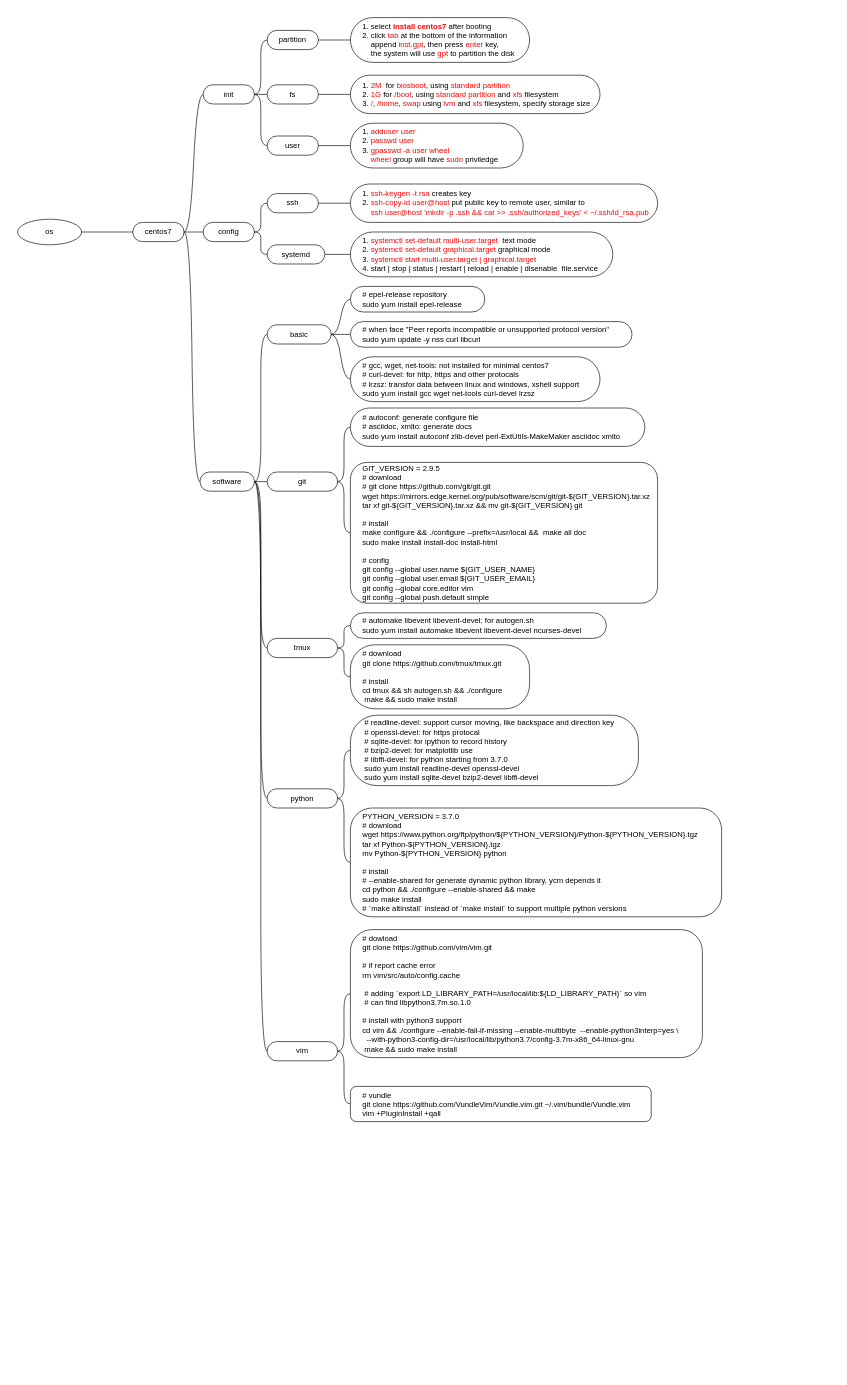
Earlier version of the draw.io diagram common/os.drawio (yangdj/tf_docs). Source tidied: cells renumbered, new cells numbered last; positions are measured from the earlier drawing's top-left corner, leaving out a move shared by most shapes. Both pictures are drawn from the tidied source at 64%, with x=0, y=0 at pixel (11, 11).
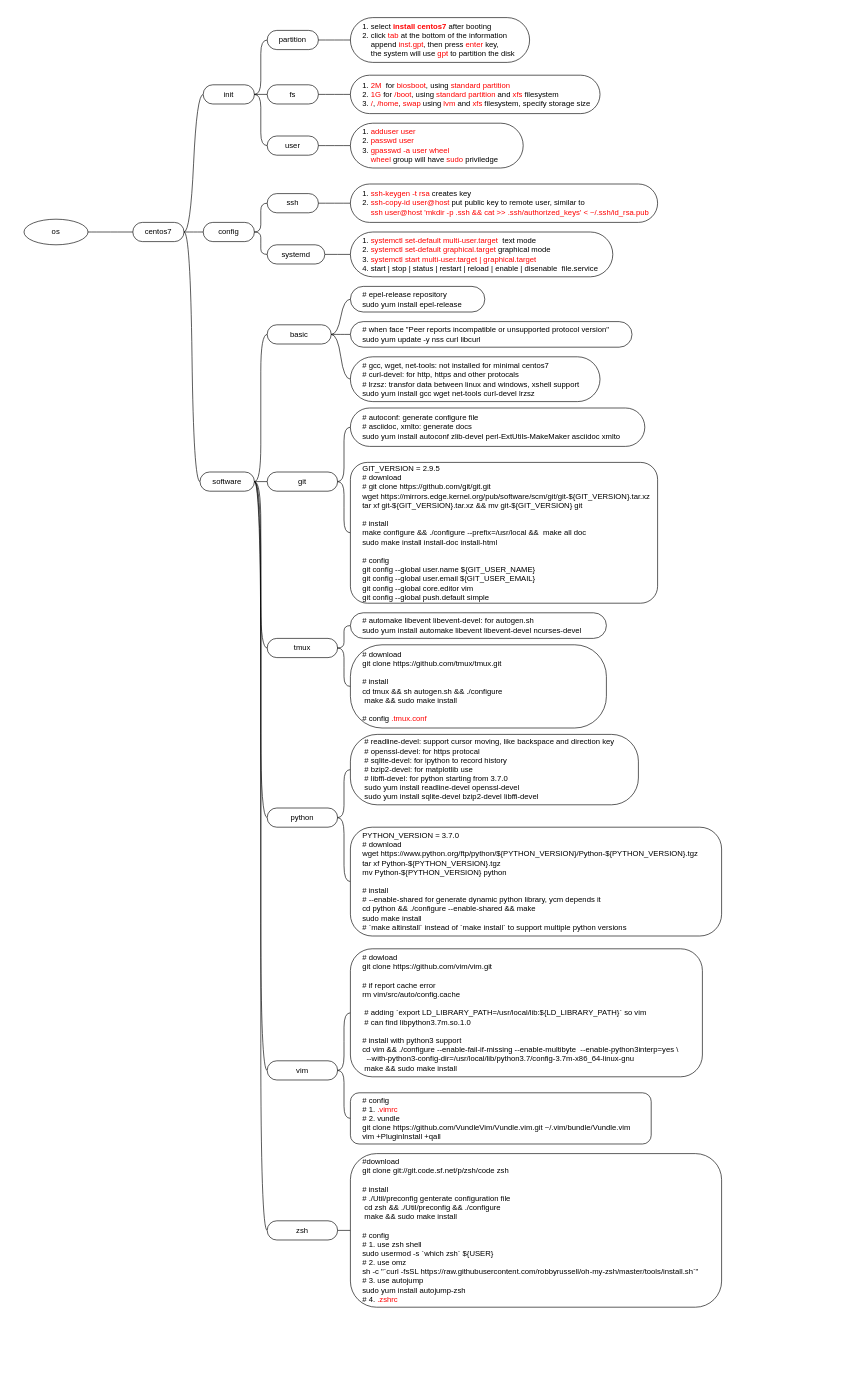
After the change.

The change refers to these unchanged cells:
```xml
<mxCell id="31" value="software" style="whiteSpace=wrap;html=1;rounded=1;arcSize=50;align=center;verticalAlign=middle;strokeWidth=1;spacing=4;" parent="2" vertex="1">
  <mxGeometry x="295" y="720" width="85" height="30" as="geometry" />
</mxCell>
```

The edit, as a diff of the source:
```diff
@@
     <mxCell id="2" style="swimlane;html=1;startSize=20;horizontal=1;containerType=tree;strokeColor=none;fillColor=none;align=left;spacingLeft=4;fontStyle=0;" parent="1" vertex="1">
-      <mxGeometry width="1140" height="1890" as="geometry" />
+      <mxGeometry width="1290" height="2130" as="geometry" />
     </mxCell>
@@
     <mxCell id="4" value="os" style="ellipse;whiteSpace=wrap;html=1;align=center;" parent="2" vertex="1">
-      <mxGeometry x="10" y="325" width="100" height="40" as="geometry" />
+      <mxGeometry x="20" y="325" width="100" height="40" as="geometry" />
     </mxCell>
@@
-    <mxCell id="51" value="# download&lt;br&gt;git clone https://github.com/tmux/tmux.git&lt;br&gt;&lt;br&gt;# install&lt;br&gt;&lt;div&gt;cd tmux &amp;amp;&amp;amp;&amp;nbsp;&lt;span&gt;sh autogen.sh &amp;amp;&amp;amp;&lt;/span&gt;&lt;span&gt;&amp;nbsp;./configure&amp;nbsp;&lt;/span&gt;&lt;/div&gt;&lt;div&gt;&amp;nbsp;make &amp;amp;&amp;amp;&amp;nbsp;&lt;span&gt;sudo make install&lt;/span&gt;&lt;/div&gt;" style="whiteSpace=wrap;html=1;rounded=1;arcSize=38;align=left;verticalAlign=middle;strokeWidth=1;spacing=4;spacingLeft=15;" parent="2" vertex="1">
-      <mxGeometry x="530" y="990" width="280" height="100" as="geometry" />
+    <mxCell id="51" value="# download&lt;br&gt;git clone https://github.com/tmux/tmux.git&lt;br&gt;&lt;br&gt;# install&lt;br&gt;&lt;div&gt;cd tmux &amp;amp;&amp;amp;&amp;nbsp;&lt;span&gt;sh autogen.sh &amp;amp;&amp;amp;&lt;/span&gt;&lt;span&gt;&amp;nbsp;./configure&amp;nbsp;&lt;/span&gt;&lt;/div&gt;&lt;div&gt;&amp;nbsp;make &amp;amp;&amp;amp;&amp;nbsp;&lt;span&gt;sudo make install&lt;/span&gt;&lt;/div&gt;&lt;div&gt;&lt;span&gt;&lt;br&gt;&lt;/span&gt;&lt;/div&gt;&lt;div&gt;# config&lt;span&gt;&amp;nbsp;&lt;font color=&quot;#ff0000&quot;&gt;.tmux.conf&lt;/font&gt;&lt;/span&gt;&lt;/div&gt;" style="whiteSpace=wrap;html=1;rounded=1;arcSize=38;align=left;verticalAlign=middle;strokeWidth=1;spacing=4;spacingLeft=15;" parent="2" vertex="1">
+      <mxGeometry x="530" y="990" width="400" height="130" as="geometry" />
     </mxCell>
@@
     <mxCell id="53" value="python" style="whiteSpace=wrap;html=1;rounded=1;arcSize=50;align=center;verticalAlign=middle;strokeWidth=1;spacing=4;" parent="2" vertex="1">
-      <mxGeometry x="400" y="1215" width="110" height="30" as="geometry" />
+      <mxGeometry x="400" y="1245" width="110" height="30" as="geometry" />
     </mxCell>
@@
     <mxCell id="55" value="&lt;div&gt;&amp;nbsp;# readline-devel: support cursor moving, like backspace and direction key&lt;/div&gt;&lt;div&gt;&amp;nbsp;# openssl-devel: for https protocal&lt;/div&gt;&lt;div&gt;&amp;nbsp;# sqlite-devel: for ipython to record history&lt;/div&gt;&lt;div&gt;&amp;nbsp;# bzip2-devel: for matplotlib use&lt;/div&gt;&lt;div&gt;&amp;nbsp;# libffi-devel: for python starting from 3.7.0&lt;/div&gt;&lt;div&gt;&amp;nbsp;sudo yum install readline-devel openssl-devel&amp;nbsp;&lt;/div&gt;&lt;div&gt;&amp;nbsp;sudo yum install sqlite-devel bzip2-devel libffi-devel&lt;/div&gt;" style="whiteSpace=wrap;html=1;rounded=1;arcSize=38;align=left;verticalAlign=middle;strokeWidth=1;spacing=4;spacingLeft=15;" parent="2" vertex="1">
-      <mxGeometry x="530" y="1100" width="450" height="110" as="geometry" />
+      <mxGeometry x="530" y="1130" width="450" height="110" as="geometry" />
     </mxCell>
@@
     <mxCell id="57" value="PYTHON_VERSION = 3.7.0&lt;br&gt;# download&lt;br&gt;&lt;div&gt;wget https://www.python.org/ftp/python/${PYTHON_VERSION}/Python-${PYTHON_VERSION}.tgz&lt;/div&gt;&lt;div&gt;tar xf Python-${PYTHON_VERSION}.tgz&lt;/div&gt;&lt;div&gt;mv Python-${PYTHON_VERSION} python&lt;/div&gt;&lt;div&gt;&lt;br&gt;&lt;/div&gt;&lt;div&gt;# install&lt;/div&gt;&lt;div&gt;&lt;div&gt;# --enable-shared for generate dynamic python library, ycm depends it&lt;/div&gt;&lt;div&gt;cd python &amp;amp;&amp;amp;&amp;nbsp;&lt;span&gt;./configure --enable-shared &amp;amp;&amp;amp;&amp;nbsp;&lt;/span&gt;&lt;span&gt;make&amp;nbsp;&lt;/span&gt;&lt;/div&gt;&lt;div&gt;&lt;span&gt;sudo make install&lt;/span&gt;&lt;/div&gt;&lt;div&gt;# `make altinstall` instead of `make install` to support multiple python&lt;span&gt;&amp;nbsp;versions&lt;/span&gt;&lt;/div&gt;&lt;/div&gt;" style="whiteSpace=wrap;html=1;rounded=1;arcSize=20;align=left;verticalAlign=middle;strokeWidth=1;spacing=4;spacingLeft=15;" parent="2" vertex="1">
-      <mxGeometry x="530" y="1245" width="580" height="170" as="geometry" />
+      <mxGeometry x="530" y="1275" width="580" height="170" as="geometry" />
     </mxCell>
@@
     <mxCell id="59" value="vim" style="whiteSpace=wrap;html=1;rounded=1;arcSize=50;align=center;verticalAlign=middle;strokeWidth=1;spacing=4;" parent="2" vertex="1">
-      <mxGeometry x="400" y="1610" width="110" height="30" as="geometry" />
+      <mxGeometry x="400" y="1640" width="110" height="30" as="geometry" />
     </mxCell>
@@
     <mxCell id="61" value="# dowload&lt;br&gt;git clone https://github.com/vim/vim.git&lt;br&gt;&lt;br&gt;&lt;div&gt;# if report cache error&lt;/div&gt;&lt;div&gt;rm vim/src/auto/config.cache&lt;/div&gt;&lt;div&gt;&lt;br&gt;&lt;/div&gt;&lt;div&gt;&lt;div&gt;&amp;nbsp;# adding `export LD_LIBRARY_PATH=/usr/local/lib:${LD_LIBRARY_PATH}` so vim&lt;/div&gt;&lt;div&gt;&amp;nbsp;# can find libpython3.7m.so.1.0&lt;/div&gt;&lt;/div&gt;&lt;div&gt;&lt;br&gt;&lt;/div&gt;&lt;div&gt;# install with python3 support&lt;/div&gt;&lt;div&gt;&lt;div&gt;cd vim &amp;amp;&amp;amp;&lt;span&gt;&amp;nbsp;./configure --enable-fail-if-missing --enable-multibyte&lt;/span&gt;&lt;span&gt;&amp;nbsp; --enable-python3interp=yes \&lt;/span&gt;&lt;/div&gt;&lt;div&gt;&amp;nbsp; --with-python3-config-dir=/usr/local/lib/python3.7/config-3.7m-x86_64-linux-gnu&lt;/div&gt;&lt;div&gt;&amp;nbsp;make &amp;amp;&amp;amp;&amp;nbsp;&lt;span&gt;sudo make install&lt;/span&gt;&lt;/div&gt;&lt;/div&gt;" style="whiteSpace=wrap;html=1;rounded=1;arcSize=17;align=left;verticalAlign=middle;strokeWidth=1;spacing=4;spacingLeft=15;" parent="2" vertex="1">
-      <mxGeometry x="530" y="1435" width="550" height="200" as="geometry" />
+      <mxGeometry x="530" y="1465" width="550" height="200" as="geometry" />
     </mxCell>
@@
-    <mxCell id="63" value="# vundle&lt;br&gt;git clone https://github.com/VundleVim/Vundle.vim.git ~/.vim/bundle/Vundle.vim&lt;br&gt;vim +PluginInstall +qall" style="whiteSpace=wrap;html=1;rounded=1;arcSize=17;align=left;verticalAlign=middle;strokeWidth=1;spacing=4;spacingLeft=15;" parent="2" vertex="1">
-      <mxGeometry x="530" y="1680" width="470" height="55" as="geometry" />
+    <mxCell id="63" value="# config&lt;br&gt;# 1.&lt;font color=&quot;#ff0000&quot;&gt;&amp;nbsp;.vimrc&lt;/font&gt;&lt;br&gt;# 2. vundle&lt;br&gt;git clone https://github.com/VundleVim/Vundle.vim.git ~/.vim/bundle/Vundle.vim&lt;br&gt;vim +PluginInstall +qall" style="whiteSpace=wrap;html=1;rounded=1;arcSize=17;align=left;verticalAlign=middle;strokeWidth=1;spacing=4;spacingLeft=15;" parent="2" vertex="1">
+      <mxGeometry x="530" y="1690" width="470" height="80" as="geometry" />
     </mxCell>
+    <mxCell id="64" style="edgeStyle=entityRelationEdgeStyle;startArrow=none;endArrow=none;segment=10;curved=1;" parent="2" edge="1" source="31" target="65">
+      <mxGeometry relative="1" as="geometry" />
+    </mxCell>
+    <mxCell id="65" value="zsh" style="whiteSpace=wrap;html=1;rounded=1;arcSize=50;align=center;verticalAlign=middle;strokeWidth=1;spacing=4;" parent="2" vertex="1">
+      <mxGeometry x="400" y="1890" width="110" height="30" as="geometry" />
+    </mxCell>
+    <mxCell id="66" style="edgeStyle=entityRelationEdgeStyle;startArrow=none;endArrow=none;segment=10;curved=1;" parent="2" edge="1" source="65" target="67">
+      <mxGeometry relative="1" as="geometry" />
+    </mxCell>
+    <mxCell id="67" value="#download&lt;br style=&quot;font-size: 12px&quot;&gt;git clone git://git.code.sf.net/p/zsh/code zsh&lt;br style=&quot;font-size: 12px&quot;&gt;&lt;br style=&quot;font-size: 12px&quot;&gt;# install&lt;br&gt;# ./Util/preconfig genterate configuration file&lt;br style=&quot;font-size: 12px&quot;&gt;&lt;div style=&quot;font-size: 12px&quot;&gt;&amp;nbsp;cd zsh &amp;amp;&amp;amp;&amp;nbsp;&lt;span style=&quot;font-size: 12px&quot;&gt;./Util/preconfig &amp;amp;&amp;amp;&lt;/span&gt;&lt;span style=&quot;font-size: 12px&quot;&gt;&amp;nbsp;./configure&lt;/span&gt;&lt;/div&gt;&lt;div style=&quot;font-size: 12px&quot;&gt;&amp;nbsp;make &amp;amp;&amp;amp; sudo make install&lt;/div&gt;&lt;div style=&quot;font-size: 12px&quot;&gt;&lt;br style=&quot;font-size: 12px&quot;&gt;&lt;/div&gt;&lt;div style=&quot;font-size: 12px&quot;&gt;# config&lt;/div&gt;&lt;div style=&quot;font-size: 12px&quot;&gt;# 1. use zsh shell&lt;/div&gt;&lt;div style=&quot;font-size: 12px&quot;&gt;sudo usermod -s `which zsh` ${USER}&lt;br style=&quot;font-size: 12px&quot;&gt;&lt;/div&gt;&lt;div style=&quot;font-size: 12px&quot;&gt;# 2. use omz&lt;/div&gt;&lt;div style=&quot;font-size: 12px&quot;&gt;sh -c &quot;`curl -fsSL https://raw.githubusercontent.com/robbyrussell/oh-my-zsh/master/tools/install.sh`&quot;&lt;br style=&quot;font-size: 12px&quot;&gt;&lt;/div&gt;&lt;div style=&quot;font-size: 12px&quot;&gt;# 3. use autojump&lt;/div&gt;&lt;div style=&quot;font-size: 12px&quot;&gt;sudo yum install autojump-zsh&lt;br style=&quot;font-size: 12px&quot;&gt;&lt;/div&gt;&lt;div style=&quot;font-size: 12px&quot;&gt;# 4. &lt;font color=&quot;#ff0000&quot;&gt;.zshrc&lt;/font&gt;&lt;/div&gt;" style="whiteSpace=wrap;html=1;rounded=1;arcSize=17;align=left;verticalAlign=middle;strokeWidth=1;spacing=4;spacingLeft=15;fontSize=12;" parent="2" vertex="1">
+      <mxGeometry x="530" y="1785" width="580" height="240" as="geometry" />
+    </mxCell>
```
